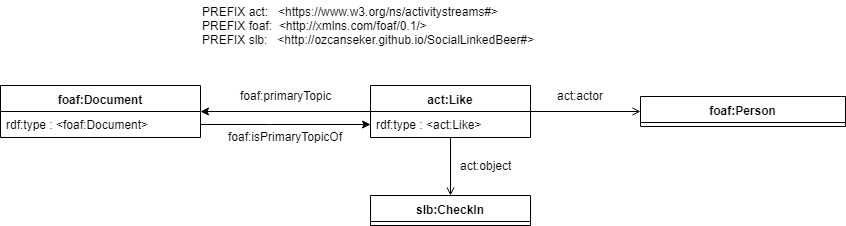
The draw.io diagram docs/images/LikeOntologie.png in ozcanseker/Social-linked-beer, before a commit. Source tidied: cells renumbered, new cells last; positions are measured from the earlier drawing's top-left corner, leaving out a move shared by most shapes.
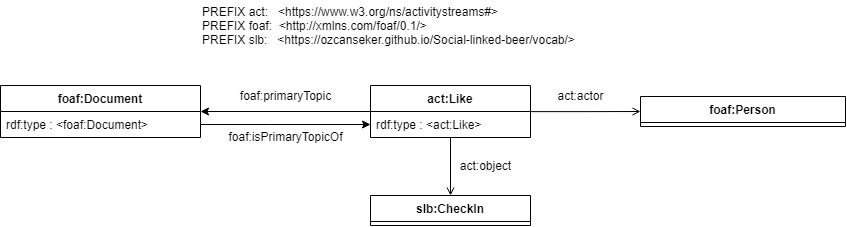
The same diagram one commit later.

The edit, as a diff of the source:
```diff
@@ -2,8 +2,8 @@
   <root>
     <mxCell id="0" />
     <mxCell id="1" parent="0" />
-    <mxCell id="2" value="PREFIX act:&amp;nbsp; &amp;nbsp;&amp;lt;&lt;a href=&quot;https://www.w3.org/ns/activitystreams&quot;&gt;https://www.w3.org/ns/activitystreams#&lt;/a&gt;&amp;gt;&amp;nbsp;&lt;br&gt;PREFIX foaf:&amp;nbsp; &amp;lt;http://xmlns.com/foaf/0.1/&amp;gt;&amp;nbsp;&lt;br&gt;PREFIX slb:&amp;nbsp; &amp;nbsp;&amp;lt;http://ozcanseker.github.io/SocialLinkedBeer#&amp;gt;" style="text;html=1;align=left;verticalAlign=middle;" parent="1" vertex="1">
-      <mxGeometry x="200" width="350" height="50" as="geometry" />
+    <mxCell id="2" value="PREFIX act:&amp;nbsp; &amp;nbsp;&amp;lt;&lt;a href=&quot;https://www.w3.org/ns/activitystreams&quot;&gt;https://www.w3.org/ns/activitystreams#&lt;/a&gt;&amp;gt;&amp;nbsp;&lt;br&gt;PREFIX foaf:&amp;nbsp; &amp;lt;http://xmlns.com/foaf/0.1/&amp;gt;&amp;nbsp;&lt;br&gt;PREFIX slb:&amp;nbsp; &amp;nbsp;&amp;lt;https://ozcanseker.github.io/Social-linked-beer/vocab/&amp;gt;" style="text;html=1;align=left;verticalAlign=middle;" parent="1" vertex="1">
+      <mxGeometry x="200" width="390" height="50" as="geometry" />
     </mxCell>
     <mxCell id="3" style="edgeStyle=orthogonalEdgeStyle;rounded=0;jettySize=auto;html=1;entryX=0.5;entryY=0;entryDx=0;entryDy=0;startSize=9;endArrow=open;endFill=0;endSize=6;targetPerimeterSpacing=0;" parent="1" edge="1" source="6" target="9">
       <mxGeometry relative="1" as="geometry" />
```
